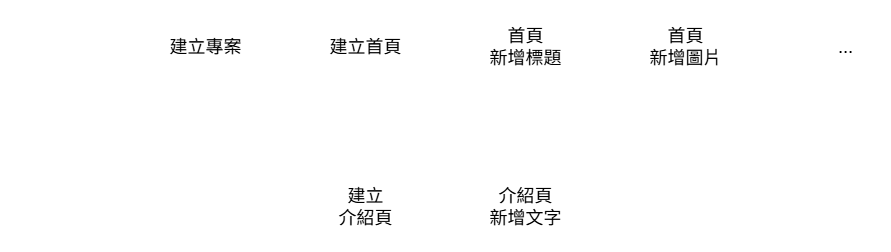
Before: images/parallel_seq.png, a diagram exported from draw.io (Li732375/git_note). Source tidied: cells renumbered, new cells last; positions are measured from the earlier drawing's top-left corner, leaving out a move shared by most shapes.
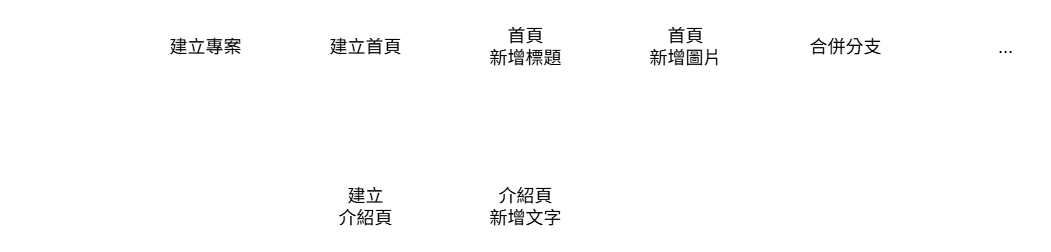
After the change.

What changed in the source:
```diff
@@ -41,7 +41,10 @@
     <mxCell id="14" value="&lt;div&gt;&lt;span style=&quot;font-size: 18px;&quot;&gt;介紹頁&lt;/span&gt;&lt;/div&gt;&lt;div&gt;&lt;span style=&quot;font-size: 18px;&quot;&gt;新增文字&lt;/span&gt;&lt;/div&gt;" style="ellipse;whiteSpace=wrap;html=1;fontFamily=Helvetica;fontSize=11;fontColor=default;labelBackgroundColor=default;strokeWidth=2;strokeColor=light-dark(#FFFFFF,#FFFFFF);" parent="1" vertex="1">
       <mxGeometry x="480" y="160" width="90" height="90" as="geometry" />
     </mxCell>
+    <mxCell id="18" style="edgeStyle=orthogonalEdgeStyle;shape=connector;rounded=0;jettySize=auto;html=1;exitX=1;exitY=0.5;exitDx=0;exitDy=0;entryX=0;entryY=0.5;entryDx=0;entryDy=0;strokeColor=light-dark(#FFFFFF,#FFFFFF);strokeWidth=4;align=center;verticalAlign=middle;fontFamily=Helvetica;fontSize=11;fontColor=default;labelBackgroundColor=default;endArrow=classic;" parent="1" edge="1" source="15" target="19">
+      <mxGeometry relative="1" as="geometry" />
+    </mxCell>
-    <mxCell id="15" value="&lt;span style=&quot;font-size: 18px;&quot;&gt;...&lt;/span&gt;" style="ellipse;whiteSpace=wrap;html=1;fontFamily=Helvetica;fontSize=11;fontColor=default;labelBackgroundColor=default;strokeWidth=2;strokeColor=light-dark(#FFFFFF,#FFFFFF);" parent="1" vertex="1">
+    <mxCell id="15" value="&lt;span style=&quot;font-size: 18px;&quot;&gt;合併分支&lt;/span&gt;" style="ellipse;whiteSpace=wrap;html=1;fontFamily=Helvetica;fontSize=11;fontColor=default;labelBackgroundColor=default;strokeWidth=2;strokeColor=light-dark(#FFFFFF,#FFFFFF);" parent="1" vertex="1">
       <mxGeometry x="800" width="90" height="90" as="geometry" />
     </mxCell>
     <mxCell id="16" value="&lt;font style=&quot;font-size: 20px;&quot;&gt;Main：&lt;/font&gt;" style="text;html=1;align=center;verticalAlign=middle;whiteSpace=wrap;rounded=0;fontFamily=Helvetica;fontSize=11;fontColor=light-dark(#FFFFFF,#FFFFFF);labelBackgroundColor=none;" parent="1" vertex="1">
@@ -50,5 +53,8 @@
     <mxCell id="17" value="&lt;font style=&quot;font-size: 20px;&quot;&gt;Branch A：&lt;/font&gt;" style="text;html=1;align=center;verticalAlign=middle;whiteSpace=wrap;rounded=0;fontFamily=Helvetica;fontSize=11;fontColor=light-dark(#FFFFFF,#FFFFFF);labelBackgroundColor=none;" parent="1" vertex="1">
       <mxGeometry y="190" width="120" height="30" as="geometry" />
     </mxCell>
+    <mxCell id="19" value="&lt;span style=&quot;font-size: 18px;&quot;&gt;...&lt;/span&gt;" style="ellipse;whiteSpace=wrap;html=1;fontFamily=Helvetica;fontSize=11;fontColor=default;labelBackgroundColor=default;strokeWidth=2;strokeColor=light-dark(#FFFFFF,#FFFFFF);" parent="1" vertex="1">
+      <mxGeometry x="960" width="90" height="90" as="geometry" />
+    </mxCell>
   </root>
 </mxGraphModel>
```
